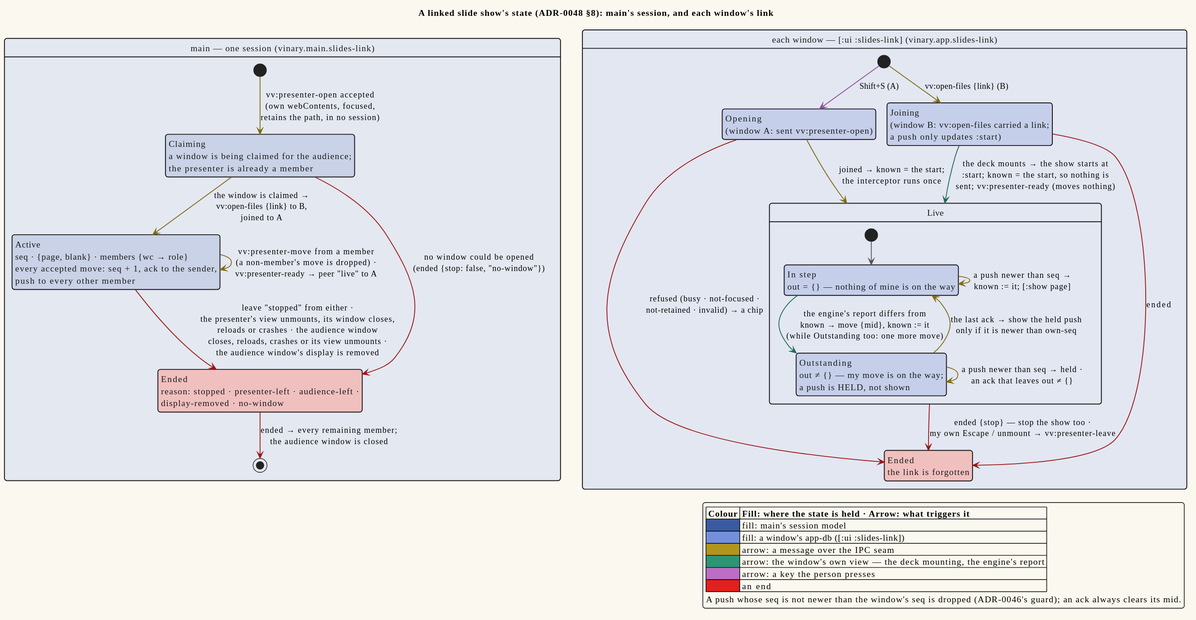
Before: docs/diagrams/state-linked-slide-show.svg, a diagram exported from PlantUML (vinary-tree/vinary-viewer).
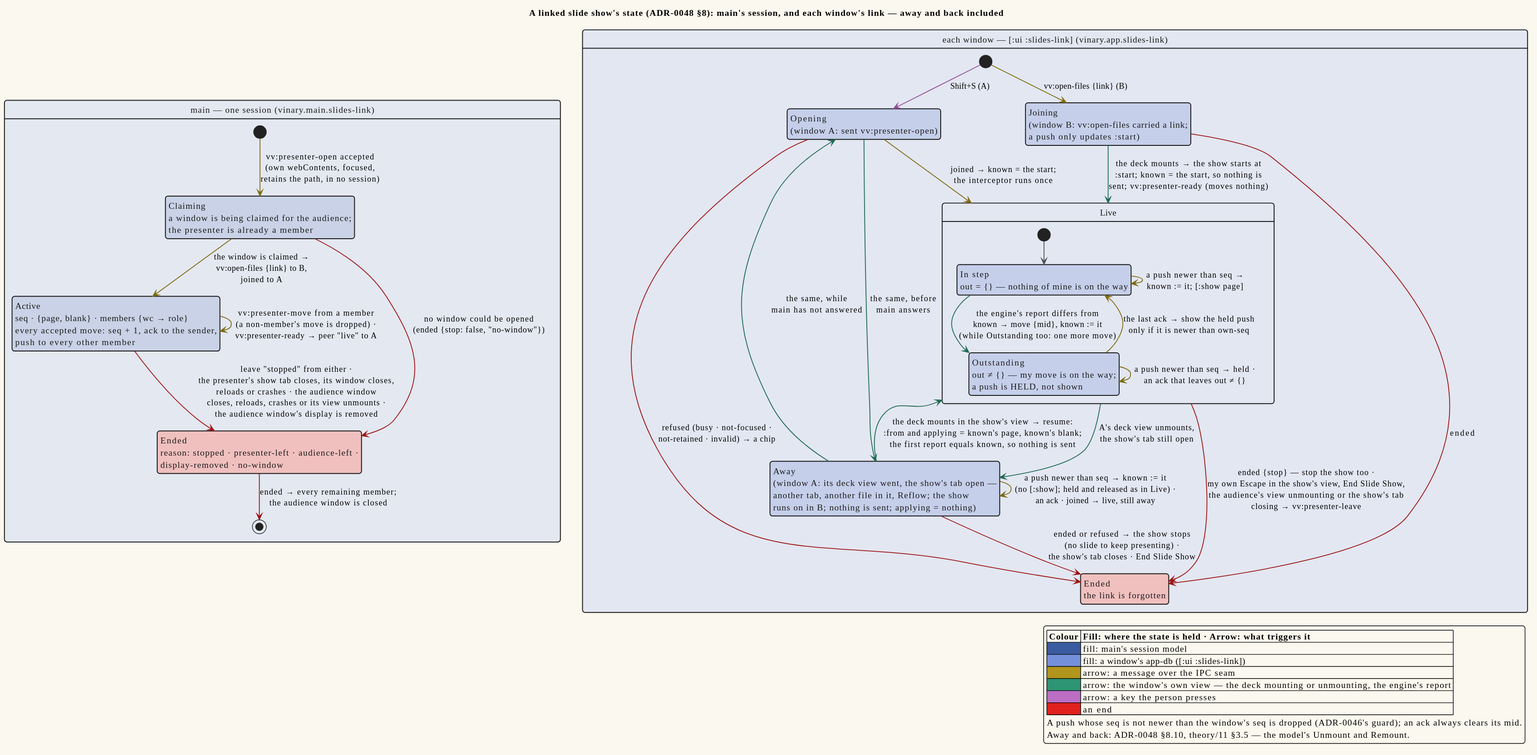
The same diagram one commit later.

Change to the diagram source:
```diff
@@ -1,7 +1,7 @@
 @startuml
 !include _vv-theme.iuml
 
-title A linked slide show's state (ADR-0048 §8): main's session, and each window's link
+title A linked slide show's state (ADR-0048 §8): main's session, and each window's link — away and back included
 
 hide empty description
 
@@ -14,7 +14,7 @@
   Claiming -[IPC_BORDER]-> Active : the window is claimed →\nvv:open-files {link} to B,\njoined to A
   Claiming -[ERROR_BORDER]-> MEnded : no window could be opened\n(ended {stop: false, "no-window"})
   Active -[IPC_BORDER]-> Active : vv:presenter-move from a member\n(a non-member's move is dropped) ·\nvv:presenter-ready → peer "live" to A
-  Active -[ERROR_BORDER]-> MEnded : leave "stopped" from either ·\nthe presenter's view unmounts, its window closes,\nreloads or crashes · the audience window\ncloses, reloads, crashes or its view unmounts ·\nthe audience window's display is removed
+  Active -[ERROR_BORDER]-> MEnded : leave "stopped" from either ·\nthe presenter's show tab closes, its window closes,\nreloads or crashes · the audience window\ncloses, reloads, crashes or its view unmounts ·\nthe audience window's display is removed
   MEnded -[ERROR_BORDER]-> [*] : ended → every remaining member;\nthe audience window is closed
 }
 
@@ -30,6 +30,7 @@
     Outstanding -[IPC_BORDER]-> Outstanding : a push newer than seq → held ·\nan ack that leaves out ≠ {}
     Outstanding -[IPC_BORDER]-> Synced : the last ack → show the held push\nonly if it is newer than own-seq
   }
+  state "Away\n(window A: its deck view went, the show's tab open —\nanother tab, another file in it, Reflow; the show\nruns on in B; nothing is sent; applying = nothing)" as Away APPDB_TINT
   state "Ended\nthe link is forgotten" as WEnded ERROR_TINT
 
   [*] -[KEYMAP_BORDER]-> Opening : Shift+S (A)
@@ -37,8 +38,14 @@
   Opening -[IPC_BORDER]-> Live : joined → known = the start;\nthe interceptor runs once
   Opening -[ERROR_BORDER]-> WEnded : refused (busy · not-focused ·\nnot-retained · invalid) → a chip
   Joining -[RENDERER_BORDER]-> Live : the deck mounts → the show starts at\n:start; known = the start, so nothing is\nsent; vv:presenter-ready (moves nothing)
-  Live -[ERROR_BORDER]-> WEnded : ended {stop} — stop the show too ·\nmy own Escape / unmount → vv:presenter-leave
+  Live -[ERROR_BORDER]-> WEnded : ended {stop} — stop the show too ·\nmy own Escape in the show's view, End Slide Show,\nthe audience's view unmounting or the show's tab\nclosing → vv:presenter-leave
   Joining -[ERROR_BORDER]-> WEnded : ended
+  Live -[RENDERER_BORDER]-> Away : A's deck view unmounts,\nthe show's tab still open
+  Opening -[RENDERER_BORDER]-> Away : the same, before\nmain answers
+  Away -[IPC_BORDER]-> Away : a push newer than seq → known := it\n(no [:show]; held and released as in Live) ·\nan ack · joined → live, still away
+  Away -[RENDERER_BORDER]-> Live : the deck mounts in the show's view → resume:\n:from and applying = known's page, known's blank;\nthe first report equals known, so nothing is sent
+  Away -[RENDERER_BORDER]-> Opening : the same, while\nmain has not answered
+  Away -[ERROR_BORDER]-> WEnded : ended or refused → the show stops\n(no slide to keep presenting) ·\nthe show's tab closes · End Slide Show
 }
 
 legend right
@@ -46,9 +53,10 @@
   |<#3A5BA0>&#160;&#160;&#160;&#160;| fill: main's session model |
   |<#7590DB>&#160;&#160;&#160;&#160;| fill: a window's app-db ([:ui :slides-link]) |
   |<#B1951D>&#160;&#160;&#160;&#160;| arrow: a message over the IPC seam |
-  |<#2D9574>&#160;&#160;&#160;&#160;| arrow: the window's own view — the deck mounting, the engine's report |
+  |<#2D9574>&#160;&#160;&#160;&#160;| arrow: the window's own view — the deck mounting or unmounting, the engine's report |
   |<#BC6EC5>&#160;&#160;&#160;&#160;| arrow: a key the person presses |
   |<#E0211D>&#160;&#160;&#160;&#160;| an end |
   A push whose seq is not newer than the window's seq is dropped (ADR-0046's guard); an ack always clears its mid.
+  Away and back: ADR-0048 §8.10, theory/11 §3.5 — the model's Unmount and Remount.
 endlegend
 @enduml
```
